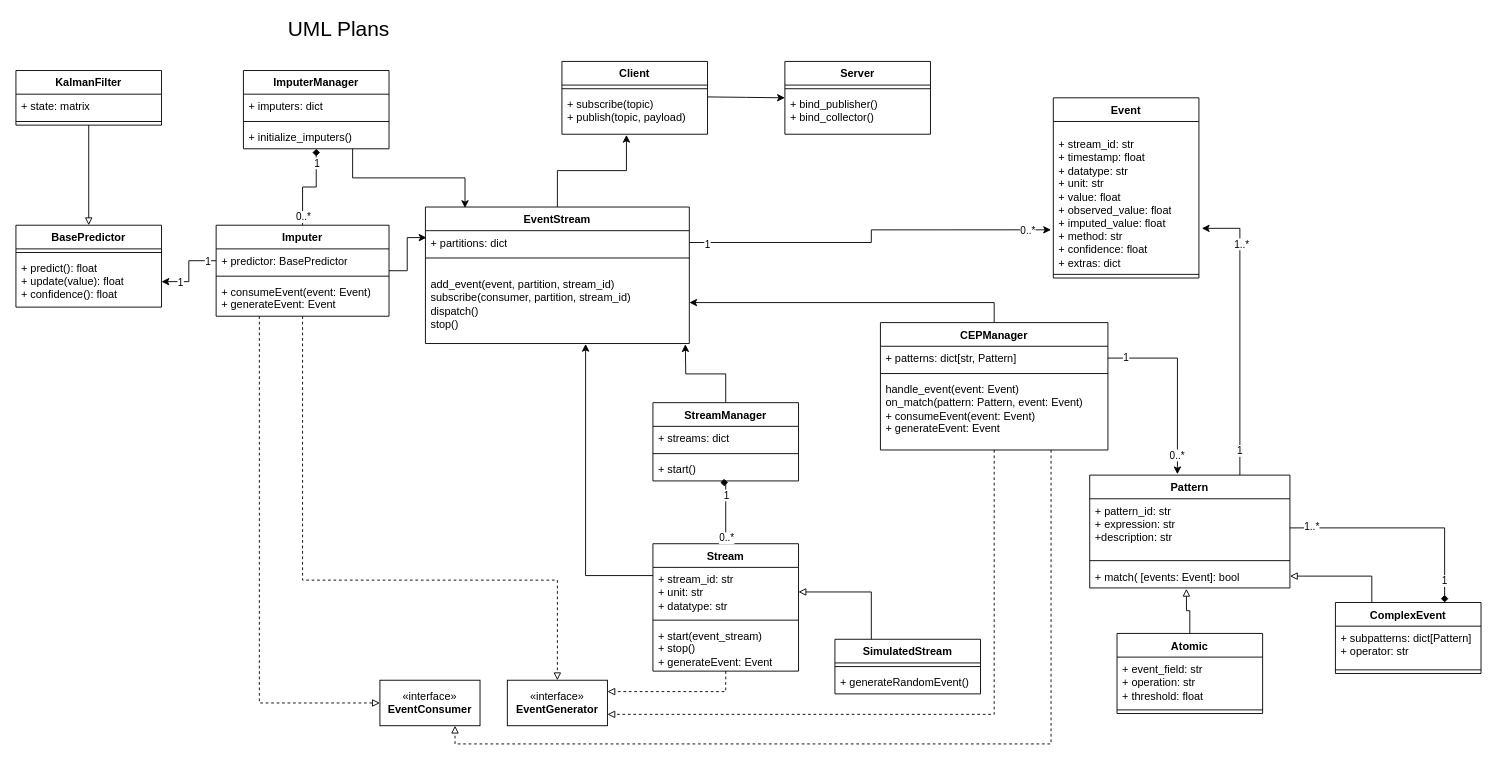
Earlier version of the draw.io diagram docs/architecture diagrams/UML.drawio (ssm-lab/sots_cep). Source tidied: cells renumbered, new cells numbered last; positions are measured from the earlier drawing's top-left corner, leaving out a move shared by most shapes. Both pictures are drawn from the tidied source at 91%, with x=0, y=0 at pixel (15, 15).
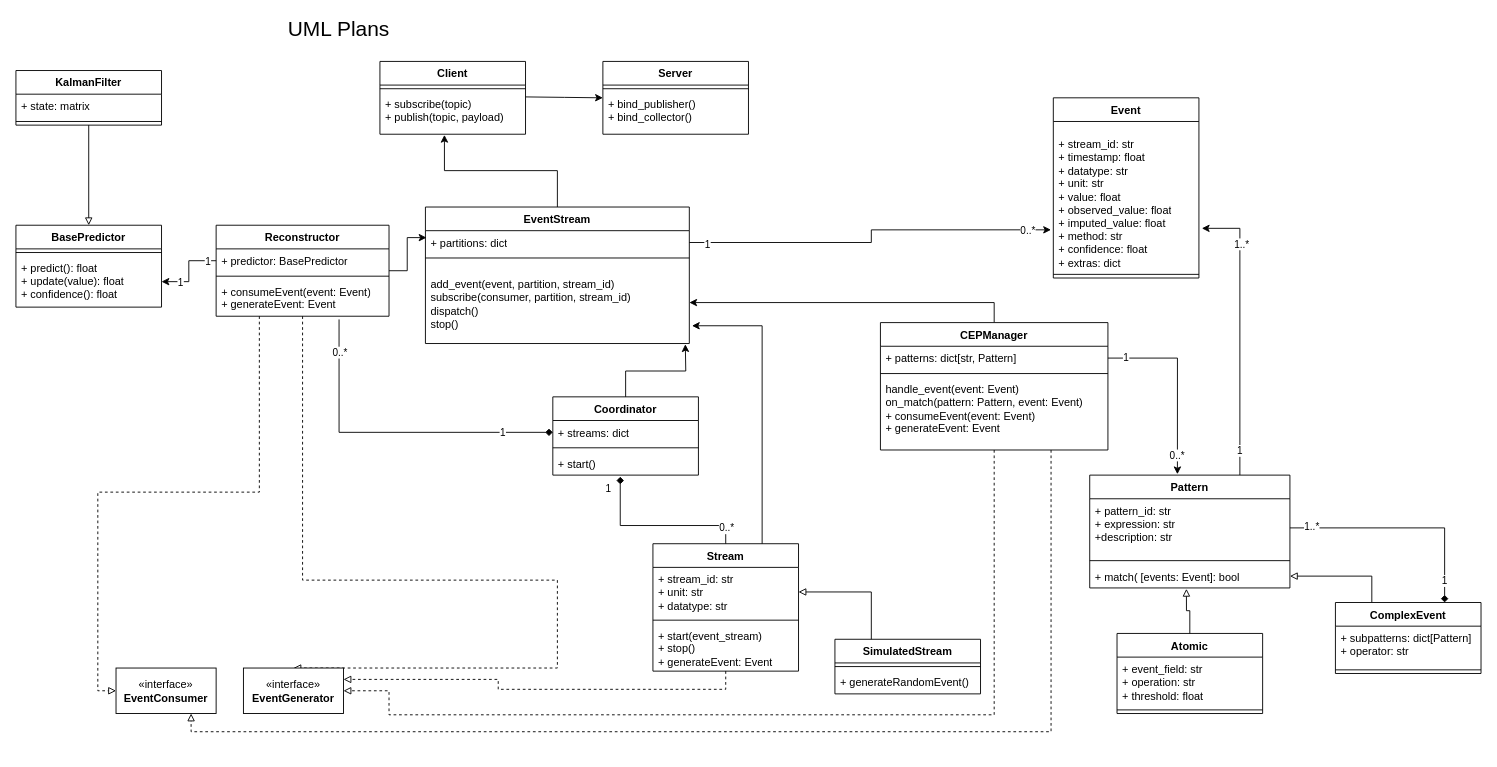
After the change.

The change refers to these unchanged cells:
```xml
<mxCell id="2" value="EventStream" style="swimlane;fontStyle=1;align=center;verticalAlign=top;horizontal=1;startSize=26;whiteSpace=wrap;html=1;" parent="1" vertex="1">
  <mxGeometry x="450" y="210" width="290" height="150" as="geometry" />
</mxCell>
<mxCell id="5" value="&lt;p&gt;add_event(event, partition, stream_id)&lt;br class=&quot;soft-break&quot;&gt;subscribe(consumer, partition, stream_id)&lt;br class=&quot;soft-break&quot;&gt;dispatch()&lt;br class=&quot;soft-break&quot;&gt;stop()&lt;/p&gt;" style="text;strokeColor=none;fillColor=none;align=left;verticalAlign=top;spacingLeft=4;spacingRight=4;overflow=hidden;points=[[0,0.5],[1,0.5]];portConstraint=eastwest;whiteSpace=wrap;html=1;" parent="2" vertex="1">
  <mxGeometry y="60" width="290" height="90" as="geometry" />
</mxCell>
<mxCell id="24" value="+ consumeEvent(event: Event&lt;span style=&quot;background-color: transparent; color: light-dark(rgb(0, 0, 0), rgb(255, 255, 255));&quot;&gt;)&lt;/span&gt;&lt;div&gt;&lt;span style=&quot;background-color: transparent; color: light-dark(rgb(0, 0, 0), rgb(255, 255, 255));&quot;&gt;+ generateEvent: Event&lt;/span&gt;&lt;/div&gt;" style="text;strokeColor=none;fillColor=none;align=left;verticalAlign=top;spacingLeft=4;spacingRight=4;overflow=hidden;points=[[0,0.5],[1,0.5]];portConstraint=eastwest;whiteSpace=wrap;html=1;" parent="21" vertex="1">
  <mxGeometry y="60" width="190" height="40" as="geometry" />
</mxCell>
<mxCell id="33" value="+ streams: dict" style="text;strokeColor=none;fillColor=none;align=left;verticalAlign=top;spacingLeft=4;spacingRight=4;overflow=hidden;points=[[0,0.5],[1,0.5]];portConstraint=eastwest;whiteSpace=wrap;html=1;" parent="32" vertex="1">
  <mxGeometry y="26" width="160" height="26" as="geometry" />
</mxCell>
<mxCell id="35" value="+ start()" style="text;strokeColor=none;fillColor=none;align=left;verticalAlign=top;spacingLeft=4;spacingRight=4;overflow=hidden;points=[[0,0.5],[1,0.5]];portConstraint=eastwest;whiteSpace=wrap;html=1;" parent="32" vertex="1">
  <mxGeometry y="60" width="160" height="26" as="geometry" />
</mxCell>
<mxCell id="37" value="Stream" style="swimlane;fontStyle=1;align=center;verticalAlign=top;horizontal=1;startSize=26;whiteSpace=wrap;html=1;" parent="1" vertex="1">
  <mxGeometry x="700" y="580" width="160" height="140" as="geometry" />
</mxCell>
<mxCell id="46" value="CEPManager" style="swimlane;fontStyle=1;align=center;verticalAlign=top;horizontal=1;startSize=26;whiteSpace=wrap;html=1;" parent="1" vertex="1">
  <mxGeometry x="950" y="337" width="250" height="140" as="geometry" />
</mxCell>
```

Diff of the diagram source:
```diff
@@
     <mxCell id="6" value="Client" style="swimlane;fontStyle=1;align=center;verticalAlign=top;horizontal=1;startSize=26;whiteSpace=wrap;html=1;" parent="1" vertex="1">
-      <mxGeometry x="600" y="50" width="160" height="80" as="geometry" />
+      <mxGeometry x="400" y="50" width="160" height="80" as="geometry" />
     </mxCell>
@@
     <mxCell id="9" value="Server" style="swimlane;fontStyle=1;align=center;verticalAlign=top;horizontal=1;startSize=26;whiteSpace=wrap;html=1;" parent="1" vertex="1">
-      <mxGeometry x="845" y="50" width="160" height="80" as="geometry" />
+      <mxGeometry x="645" y="50" width="160" height="80" as="geometry" />
     </mxCell>
@@
-    <mxCell id="12" value="ImputerManager" style="swimlane;fontStyle=1;align=center;verticalAlign=top;horizontal=1;startSize=26;whiteSpace=wrap;html=1;" parent="1" vertex="1">
-      <mxGeometry x="250" y="60" width="160" height="86" as="geometry" />
-    </mxCell>
-    <mxCell id="13" value="+ imputers: dict" style="text;strokeColor=none;fillColor=none;align=left;verticalAlign=top;spacingLeft=4;spacingRight=4;overflow=hidden;whiteSpace=wrap;html=1;" parent="12" vertex="1">
-      <mxGeometry y="26" width="160" height="26" as="geometry" />
-    </mxCell>
-    <mxCell id="14" style="line;strokeWidth=1;fillColor=none;align=left;verticalAlign=middle;spacingTop=-1;spacingLeft=3;spacingRight=3;labelPosition=right;strokeColor=inherit;" parent="12" vertex="1">
-      <mxGeometry y="52" width="160" height="8" as="geometry" />
-    </mxCell>
-    <mxCell id="15" value="+ initialize_imputers()" style="text;strokeColor=none;fillColor=none;align=left;verticalAlign=top;spacingLeft=4;spacingRight=4;overflow=hidden;whiteSpace=wrap;html=1;" parent="12" vertex="1">
-      <mxGeometry y="60" width="160" height="26" as="geometry" />
-    </mxCell>
-    <mxCell id="16" style="edgeStyle=orthogonalEdgeStyle;rounded=0;jettySize=auto;html=1;exitX=0.5;exitY=0;exitDx=0;exitDy=0;entryX=0.5;entryY=1;entryDx=0;entryDy=0;endArrow=diamond;endFill=1;" parent="1" edge="1" source="21" target="12">
-      <mxGeometry relative="1" as="geometry" />
+    <mxCell id="16" style="edgeStyle=orthogonalEdgeStyle;rounded=0;jettySize=auto;html=1;exitX=0.711;exitY=1.088;exitDx=0;exitDy=0;entryX=0;entryY=0.5;entryDx=0;entryDy=0;endArrow=diamond;endFill=1;exitPerimeter=0;" parent="1" edge="1" source="24" target="33">
+      <mxGeometry relative="1" as="geometry">
+        <Array as="points">
+          <mxPoint x="355" y="458" />
+        </Array>
+      </mxGeometry>
     </mxCell>
@@
-    <mxCell id="21" value="Imputer" style="swimlane;fontStyle=1;align=center;verticalAlign=top;horizontal=1;startSize=26;whiteSpace=wrap;html=1;" parent="1" vertex="1">
+    <mxCell id="21" value="Reconstructor" style="swimlane;fontStyle=1;align=center;verticalAlign=top;horizontal=1;startSize=26;whiteSpace=wrap;html=1;" parent="1" vertex="1">
       <mxGeometry x="220" y="230" width="190" height="100" as="geometry" />
     </mxCell>
@@
-    <mxCell id="32" value="StreamManager" style="swimlane;fontStyle=1;align=center;verticalAlign=top;horizontal=1;startSize=26;whiteSpace=wrap;html=1;" parent="1" vertex="1">
-      <mxGeometry x="700" y="425" width="160" height="86" as="geometry" />
+    <mxCell id="32" value="Coordinator" style="swimlane;fontStyle=1;align=center;verticalAlign=top;horizontal=1;startSize=26;whiteSpace=wrap;html=1;" parent="1" vertex="1">
+      <mxGeometry x="590" y="418.6" width="160" height="86" as="geometry" />
     </mxCell>
@@
     <mxCell id="41" value="«interface»&lt;br&gt;&lt;b&gt;EventGenerator&lt;/b&gt;" style="html=1;whiteSpace=wrap;" parent="1" vertex="1">
-      <mxGeometry x="540" y="730" width="110" height="50" as="geometry" />
+      <mxGeometry x="250" y="716.6" width="110" height="50" as="geometry" />
     </mxCell>
     <mxCell id="42" value="«interface»&lt;br&gt;&lt;b&gt;EventConsumer&lt;/b&gt;" style="html=1;whiteSpace=wrap;" parent="1" vertex="1">
-      <mxGeometry x="400" y="730" width="110" height="50" as="geometry" />
+      <mxGeometry x="110" y="716.6" width="110" height="50" as="geometry" />
     </mxCell>
-    <mxCell id="43" style="edgeStyle=orthogonalEdgeStyle;rounded=0;jettySize=auto;html=1;exitX=0.5;exitY=1;exitDx=0;exitDy=0;entryX=1;entryY=0.75;entryDx=0;entryDy=0;endArrow=block;endFill=0;dashed=1;" parent="1" edge="1" source="46" target="41">
+    <mxCell id="43" style="edgeStyle=orthogonalEdgeStyle;rounded=0;jettySize=auto;html=1;exitX=0.5;exitY=1;exitDx=0;exitDy=0;entryX=1;entryY=0.5;entryDx=0;entryDy=0;endArrow=block;endFill=0;dashed=1;" parent="1" edge="1" source="46" target="41">
       <mxGeometry relative="1" as="geometry">
         <Array as="points">
           <mxPoint x="1075" y="768" />
+          <mxPoint x="410" y="768" />
+          <mxPoint x="410" y="742" />
         </Array>
       </mxGeometry>
     </mxCell>
@@
     <mxCell id="50" style="edgeStyle=orthogonalEdgeStyle;rounded=0;jettySize=auto;html=1;exitX=1;exitY=0.5;exitDx=0;exitDy=0;entryX=0;entryY=0.5;entryDx=0;entryDy=0;" parent="1" edge="1" target="9">
       <mxGeometry relative="1" as="geometry">
-        <mxPoint x="760" y="89" as="sourcePoint" />
+        <mxPoint x="560" y="89" as="sourcePoint" />
       </mxGeometry>
     </mxCell>
@@
     <mxCell id="54" style="edgeStyle=orthogonalEdgeStyle;rounded=0;jettySize=auto;html=1;exitX=0.5;exitY=0;exitDx=0;exitDy=0;entryX=0.463;entryY=1.068;entryDx=0;entryDy=0;entryPerimeter=0;endArrow=diamond;endFill=1;" parent="1" edge="1" source="37" target="35">
       <mxGeometry relative="1" as="geometry">
         <Array as="points">
-          <mxPoint x="780" y="513" />
+          <mxPoint x="780" y="560" />
+          <mxPoint x="664" y="560" />
         </Array>
       </mxGeometry>
     </mxCell>
     <mxCell id="55" value="1" style="edgeLabel;html=1;align=center;verticalAlign=middle;" parent="54" vertex="1">
-      <mxGeometry x="0.47" relative="1" as="geometry" />
+      <mxGeometry x="0.47" relative="1" as="geometry">
+        <mxPoint x="-14" y="-37" as="offset" />
+      </mxGeometry>
     </mxCell>
@@
-    <mxCell id="90" style="edgeStyle=orthogonalEdgeStyle;rounded=0;jettySize=auto;html=1;exitX=0.75;exitY=1;exitDx=0;exitDy=0;entryX=0.15;entryY=0.007;entryDx=0;entryDy=0;entryPerimeter=0;" parent="1" edge="1" source="12" target="2">
-      <mxGeometry relative="1" as="geometry" />
-    </mxCell>
@@
-    <mxCell id="92" style="edgeStyle=orthogonalEdgeStyle;rounded=0;jettySize=auto;html=1;exitX=0;exitY=0.25;exitDx=0;exitDy=0;entryX=0.607;entryY=1.005;entryDx=0;entryDy=0;entryPerimeter=0;" parent="1" edge="1" source="37" target="5">
+    <mxCell id="92" style="edgeStyle=orthogonalEdgeStyle;rounded=0;jettySize=auto;html=1;exitX=0.75;exitY=0;exitDx=0;exitDy=0;entryX=1.01;entryY=0.783;entryDx=0;entryDy=0;entryPerimeter=0;" parent="1" edge="1" source="37" target="5">
       <mxGeometry relative="1" as="geometry" />
     </mxCell>
```
